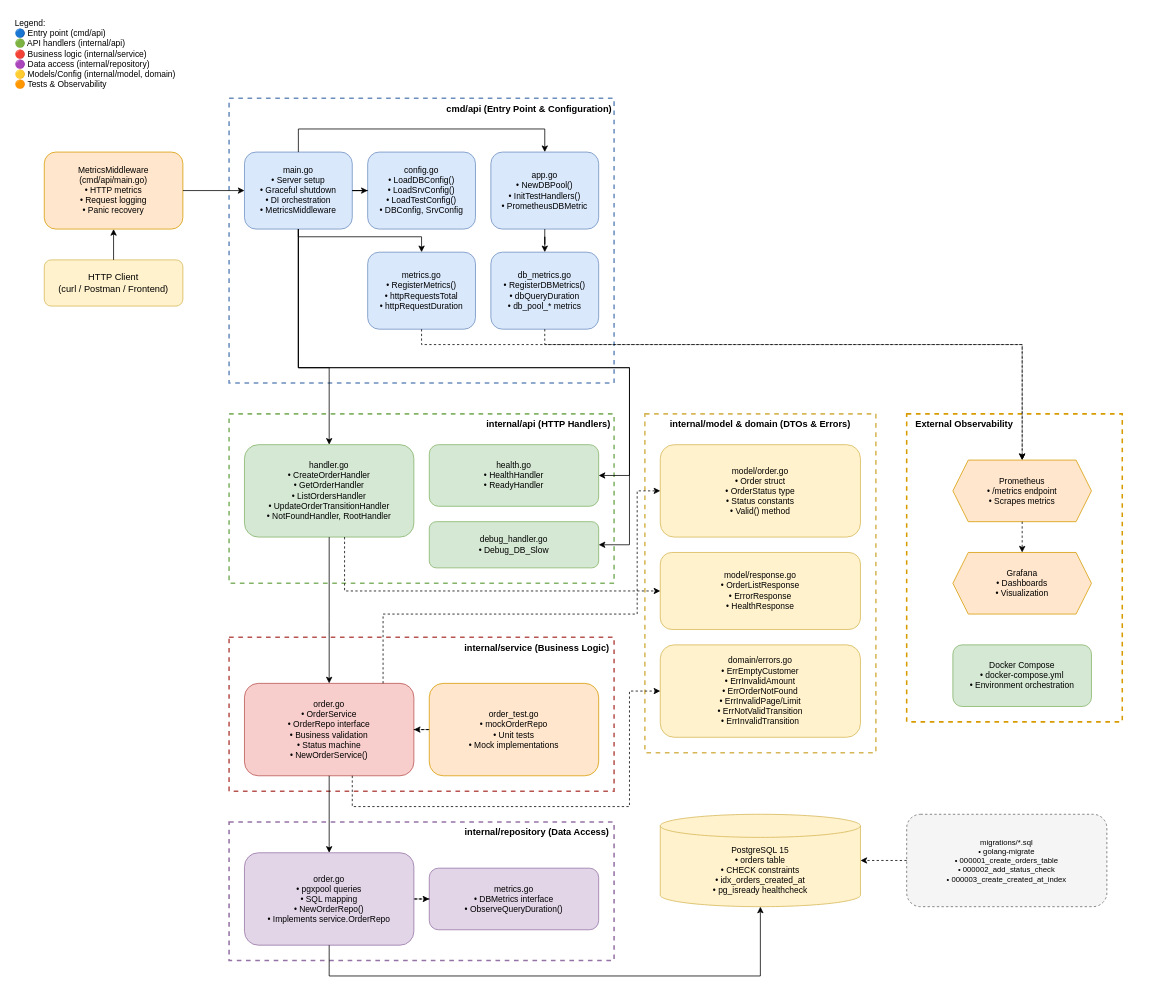
Above: docs/Payship_Core_architecture.drawio.xml in ThisIsTheOldGuard/payship-core (draw.io), before the change. Source tidied: cells renumbered, new cells numbered last; positions are measured from the earlier drawing's top-left corner, leaving out a move shared by most shapes. Both pictures are drawn from the tidied source at 77%, with x=0, y=0 at pixel (13, 13).
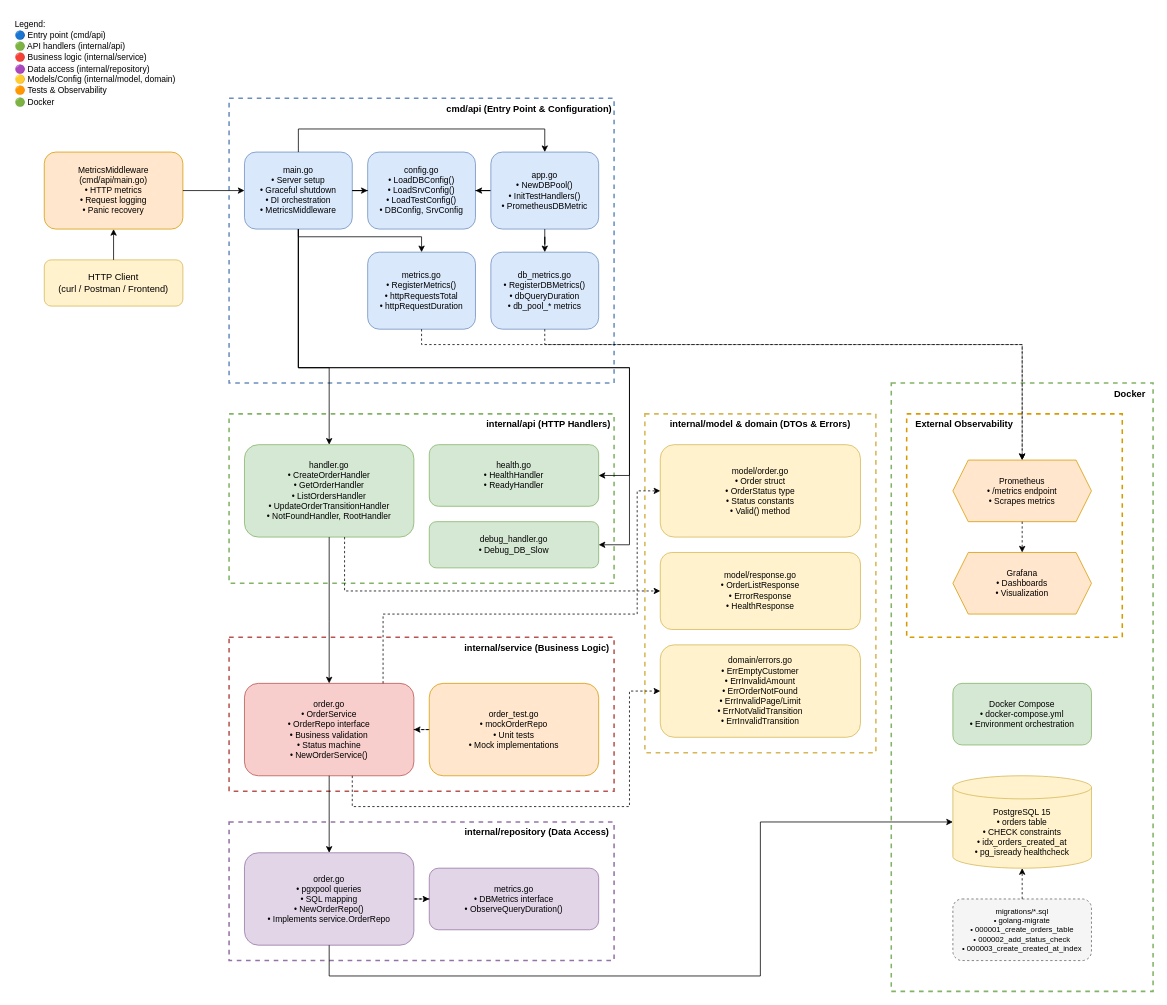
After the change.

Commit message:
small change scheme architecture payship-core

Unchanged cells that the change refers to:
```xml
<mxCell id="7" value="config.go&#10;• LoadDBConfig()&#10;• LoadSrvConfig()&#10;• LoadTestConfig()&#10;• DBConfig, SrvConfig" style="rounded=1;whiteSpace=wrap;html=1;fillColor=#dae8fc;strokeColor=#6c8ebf;fontSize=11;" parent="1" vertex="1">
  <mxGeometry x="460" y="180" width="140" height="100" as="geometry" />
</mxCell>
<mxCell id="8" value="app.go&#10;• NewDBPool()&#10;• InitTestHandlers()&#10;• PrometheusDBMetric" style="rounded=1;whiteSpace=wrap;html=1;fillColor=#dae8fc;strokeColor=#6c8ebf;fontSize=11;" parent="1" vertex="1">
  <mxGeometry x="620" y="180" width="140" height="100" as="geometry" />
</mxCell>
<mxCell id="19" value="order.go&#10;• pgxpool queries&#10;• SQL mapping&#10;• NewOrderRepo()&#10;• Implements service.OrderRepo" style="rounded=1;whiteSpace=wrap;html=1;fillColor=#e1d5e7;strokeColor=#9673a6;fontSize=11;" parent="1" vertex="1">
  <mxGeometry x="300" y="1090" width="220" height="120" as="geometry" />
</mxCell>
```

The edit, as a diff of the source:
```diff
@@
-    <mxCell id="2" value="Legend:&#10;🔵 Entry point (cmd/api)&#10;🟢 API handlers (internal/api)&#10;🔴 Business logic (internal/service)&#10;🟣 Data access (internal/repository)&#10;🟡 Models/Config (internal/model, domain)&#10;🟠 Tests &amp; Observability" style="text;html=1;align=left;verticalAlign=top;strokeColor=none;fillColor=none;fontSize=11;" parent="1" vertex="1">
-      <mxGeometry width="280" height="140" as="geometry" />
-    </mxCell>
+    <mxCell id="58" style="rounded=0;whiteSpace=wrap;html=1;fillColor=none;strokeColor=#82b366;strokeWidth=2;dashed=1;glass=0;shadow=0;imageAspect=1;absoluteArcSize=0;" parent="1" vertex="1">
+      <mxGeometry x="1140" y="480" width="340" height="790" as="geometry" />
+    </mxCell>
@@
+    <mxCell id="59" style="edgeStyle=orthogonalEdgeStyle;rounded=0;jettySize=auto;html=1;entryX=1;entryY=0.5;entryDx=0;entryDy=0;" parent="1" edge="1" source="8" target="7">
+      <mxGeometry relative="1" as="geometry" />
+    </mxCell>
@@
     <mxCell id="25" value="PostgreSQL 15&#10;• orders table&#10;• CHECK constraints&#10;• idx_orders_created_at&#10;• pg_isready healthcheck" style="shape=cylinder3;whiteSpace=wrap;html=1;boundedLbl=1;backgroundOutline=1;size=15;fillColor=#fff2cc;strokeColor=#d6b656;fontSize=11;" parent="1" vertex="1">
-      <mxGeometry x="840" y="1040" width="260" height="120" as="geometry" />
+      <mxGeometry x="1220" y="990" width="180" height="120" as="geometry" />
     </mxCell>
     <mxCell id="26" value="migrations/*.sql&#10;• golang-migrate&#10;• 000001_create_orders_table&#10;• 000002_add_status_check&#10;• 000003_create_created_at_index" style="rounded=1;whiteSpace=wrap;html=1;fillColor=#f5f5f5;strokeColor=#666666;dashed=1;fontSize=10;" parent="1" vertex="1">
-      <mxGeometry x="1160" y="1040" width="260" height="120" as="geometry" />
+      <mxGeometry x="1220" y="1150" width="180" height="80" as="geometry" />
     </mxCell>
     <mxCell id="27" style="rounded=0;whiteSpace=wrap;html=1;fillColor=none;strokeColor=#d79b00;strokeWidth=2;dashed=1;" parent="1" vertex="1">
-      <mxGeometry x="1160" y="520" width="280" height="400" as="geometry" />
+      <mxGeometry x="1160" y="520" width="280" height="290" as="geometry" />
     </mxCell>
@@
     <mxCell id="30" value="Docker Compose&#10;• docker-compose.yml&#10;• Environment orchestration" style="rounded=1;whiteSpace=wrap;html=1;fillColor=#d5e8d4;strokeColor=#82b366;fontSize=11;" parent="1" vertex="1">
-      <mxGeometry x="1220" y="820" width="180" height="80" as="geometry" />
+      <mxGeometry x="1220" y="870" width="180" height="80" as="geometry" />
     </mxCell>
@@
-    <mxCell id="42" style="edgeStyle=orthogonalEdgeStyle;rounded=0;jettySize=auto;html=1;entryX=0.5;entryY=1;entryDx=0;entryDy=0;entryPerimeter=0;" parent="1" edge="1" source="19" target="25">
+    <mxCell id="42" style="edgeStyle=orthogonalEdgeStyle;rounded=0;jettySize=auto;html=1;entryX=0;entryY=0.5;entryDx=0;entryDy=0;entryPerimeter=0;" parent="1" edge="1" source="19" target="25">
       <mxGeometry relative="1" as="geometry">
         <Array as="points">
           <mxPoint x="410" y="1250" />
           <mxPoint x="970" y="1250" />
+          <mxPoint x="970" y="1050" />
         </Array>
       </mxGeometry>
     </mxCell>
@@
+    <mxCell id="60" value="&lt;span style=&quot;color: rgb(0, 0, 0); font-family: Helvetica; font-size: 11px; font-style: normal; font-variant-ligatures: normal; font-variant-caps: normal; font-weight: 400; letter-spacing: normal; orphans: 2; text-align: left; text-indent: 0px; text-transform: none; widows: 2; word-spacing: 0px; -webkit-text-stroke-width: 0px; background-color: rgb(251, 251, 251); text-decoration-thickness: initial; text-decoration-style: initial; text-decoration-color: initial; float: none; display: inline !important;&quot;&gt;Legend:&lt;/span&gt;&lt;br style=&quot;border-color: rgb(218, 220, 224); color: rgb(0, 0, 0); font-family: Helvetica; font-size: 11px; font-style: normal; font-variant-ligatures: normal; font-variant-caps: normal; font-weight: 400; letter-spacing: normal; orphans: 2; text-align: left; text-indent: 0px; text-transform: none; widows: 2; word-spacing: 0px; -webkit-text-stroke-width: 0px; background-color: rgb(251, 251, 251); text-decoration-thickness: initial; text-decoration-style: initial; text-decoration-color: initial;&quot;&gt;&lt;span style=&quot;color: rgb(0, 0, 0); font-family: Helvetica; font-size: 11px; font-style: normal; font-variant-ligatures: normal; font-variant-caps: normal; font-weight: 400; letter-spacing: normal; orphans: 2; text-align: left; text-indent: 0px; text-transform: none; widows: 2; word-spacing: 0px; -webkit-text-stroke-width: 0px; background-color: rgb(251, 251, 251); text-decoration-thickness: initial; text-decoration-style: initial; text-decoration-color: initial; float: none; display: inline !important;&quot;&gt;🔵 Entry point (cmd/api)&lt;/span&gt;&lt;br style=&quot;border-color: rgb(218, 220, 224); color: rgb(0, 0, 0); font-family: Helvetica; font-size: 11px; font-style: normal; font-variant-ligatures: normal; font-variant-caps: normal; font-weight: 400; letter-spacing: normal; orphans: 2; text-align: left; text-indent: 0px; text-transform: none; widows: 2; word-spacing: 0px; -webkit-text-stroke-width: 0px; background-color: rgb(251, 251, 251); text-decoration-thickness: initial; text-decoration-style: initial; text-decoration-color: initial;&quot;&gt;&lt;span style=&quot;color: rgb(0, 0, 0); font-family: Helvetica; font-size: 11px; font-style: normal; font-variant-ligatures: normal; font-variant-caps: normal; font-weight: 400; letter-spacing: normal; orphans: 2; text-align: left; text-indent: 0px; text-transform: none; widows: 2; word-spacing: 0px; -webkit-text-stroke-width: 0px; background-color: rgb(251, 251, 251); text-decoration-thickness: initial; text-decoration-style: initial; text-decoration-color: initial; float: none; display: inline !important;&quot;&gt;🟢 API handlers (internal/api)&lt;/span&gt;&lt;br style=&quot;border-color: rgb(218, 220, 224); color: rgb(0, 0, 0); font-family: Helvetica; font-size: 11px; font-style: normal; font-variant-ligatures: normal; font-variant-caps: normal; font-weight: 400; letter-spacing: normal; orphans: 2; text-align: left; text-indent: 0px; text-transform: none; widows: 2; word-spacing: 0px; -webkit-text-stroke-width: 0px; background-color: rgb(251, 251, 251); text-decoration-thickness: initial; text-decoration-style: initial; text-decoration-color: initial;&quot;&gt;&lt;span style=&quot;color: rgb(0, 0, 0); font-family: Helvetica; font-size: 11px; font-style: normal; font-variant-ligatures: normal; font-variant-caps: normal; font-weight: 400; letter-spacing: normal; orphans: 2; text-align: left; text-indent: 0px; text-transform: none; widows: 2; word-spacing: 0px; -webkit-text-stroke-width: 0px; background-color: rgb(251, 251, 251); text-decoration-thickness: initial; text-decoration-style: initial; text-decoration-color: initial; float: none; display: inline !important;&quot;&gt;🔴 Business logic (internal/service)&lt;/span&gt;&lt;br style=&quot;border-color: rgb(218, 220, 224); color: rgb(0, 0, 0); font-family: Helvetica; font-size: 11px; font-style: normal; font-variant-ligatures: normal; font-variant-caps: normal; font-weight: 400; letter-spacing: normal; orphans: 2; text-align: left; text-indent: 0px; text-transform: none; widows: 2; word-spacing: 0px; -webkit-text-stroke-width: 0px; background-color: rgb(251, 251, 251); text-decoration-thickness: initial; text-decoration-style: initial; text-decoration-color: initial;&quot;&gt;&lt;span style=&quot;color: rgb(0, 0, 0); font-family: Helvetica; font-size: 11px; font-style: normal; font-variant-ligatures: normal; font-variant-caps: normal; font-weight: 400; letter-spacing: normal; orphans: 2; text-align: left; text-indent: 0px; text-transform: none; widows: 2; word-spacing: 0px; -webkit-text-stroke-width: 0px; background-color: rgb(251, 251, 251); text-decoration-thickness: initial; text-decoration-style: initial; text-decoration-color: initial; float: none; display: inline !important;&quot;&gt;🟣 Data access (internal/repository)&lt;/span&gt;&lt;br style=&quot;border-color: rgb(218, 220, 224); color: rgb(0, 0, 0); font-family: Helvetica; font-size: 11px; font-style: normal; font-variant-ligatures: normal; font-variant-caps: normal; font-weight: 400; letter-spacing: normal; orphans: 2; text-align: left; text-indent: 0px; text-transform: none; widows: 2; word-spacing: 0px; -webkit-text-stroke-width: 0px; background-color: rgb(251, 251, 251); text-decoration-thickness: initial; text-decoration-style: initial; text-decoration-color: initial;&quot;&gt;&lt;span style=&quot;color: rgb(0, 0, 0); font-family: Helvetica; font-size: 11px; font-style: normal; font-variant-ligatures: normal; font-variant-caps: normal; font-weight: 400; letter-spacing: normal; orphans: 2; text-align: left; text-indent: 0px; text-transform: none; widows: 2; word-spacing: 0px; -webkit-text-stroke-width: 0px; background-color: rgb(251, 251, 251); text-decoration-thickness: initial; text-decoration-style: initial; text-decoration-color: initial; float: none; display: inline !important;&quot;&gt;🟡 Models/Config (internal/model, domain)&lt;/span&gt;&lt;br style=&quot;border-color: rgb(218, 220, 224); color: rgb(0, 0, 0); font-family: Helvetica; font-size: 11px; font-style: normal; font-variant-ligatures: normal; font-variant-caps: normal; font-weight: 400; letter-spacing: normal; orphans: 2; text-align: left; text-indent: 0px; text-transform: none; widows: 2; word-spacing: 0px; -webkit-text-stroke-width: 0px; background-color: rgb(251, 251, 251); text-decoration-thickness: initial; text-decoration-style: initial; text-decoration-color: initial;&quot;&gt;&lt;span style=&quot;color: rgb(0, 0, 0); font-family: Helvetica; font-size: 11px; font-style: normal; font-variant-ligatures: normal; font-variant-caps: normal; font-weight: 400; letter-spacing: normal; orphans: 2; text-align: left; text-indent: 0px; text-transform: none; widows: 2; word-spacing: 0px; -webkit-text-stroke-width: 0px; background-color: rgb(251, 251, 251); text-decoration-thickness: initial; text-decoration-style: initial; text-decoration-color: initial; float: none; display: inline !important;&quot;&gt;🟠&amp;nbsp;Tests &amp;amp; Observability&lt;/span&gt;&lt;br style=&quot;border-color: rgb(218, 220, 224); color: rgb(0, 0, 0); font-family: Helvetica; font-size: 11px; font-style: normal; font-variant-ligatures: normal; font-variant-caps: normal; font-weight: 400; letter-spacing: normal; orphans: 2; text-align: left; text-indent: 0px; text-transform: none; widows: 2; word-spacing: 0px; -webkit-text-stroke-width: 0px; background-color: rgb(251, 251, 251); text-decoration-thickness: initial; text-decoration-style: initial; text-decoration-color: initial;&quot;&gt;&lt;span style=&quot;color: rgb(0, 0, 0); font-family: Helvetica; font-size: 11px; font-style: normal; font-variant-ligatures: normal; font-variant-caps: normal; font-weight: 400; letter-spacing: normal; orphans: 2; text-align: left; text-indent: 0px; text-transform: none; widows: 2; word-spacing: 0px; -webkit-text-stroke-width: 0px; background-color: rgb(251, 251, 251); text-decoration-thickness: initial; text-decoration-style: initial; text-decoration-color: initial; float: none; display: inline !important;&quot;&gt;🟢&amp;nbsp;Docker&lt;/span&gt;" style="text;whiteSpace=wrap;html=1;" parent="1" vertex="1">
+      <mxGeometry width="240" height="140" as="geometry" />
+    </mxCell>
+    <mxCell id="61" value="&lt;span style=&quot;font-family: Helvetica; font-size: 12px; font-style: normal; font-variant-ligatures: normal; font-variant-caps: normal; font-weight: 700; letter-spacing: normal; orphans: 2; text-indent: 0px; text-transform: none; widows: 2; word-spacing: 0px; -webkit-text-stroke-width: 0px; white-space: nowrap; text-decoration-thickness: initial; text-decoration-style: initial; text-decoration-color: initial; float: none; display: inline !important;&quot;&gt;Docker&lt;/span&gt;" style="text;whiteSpace=wrap;html=1;align=center;labelBackgroundColor=none;fontColor=default;" parent="1" vertex="1">
+      <mxGeometry x="1420" y="480" width="60" height="30" as="geometry" />
+    </mxCell>
```
